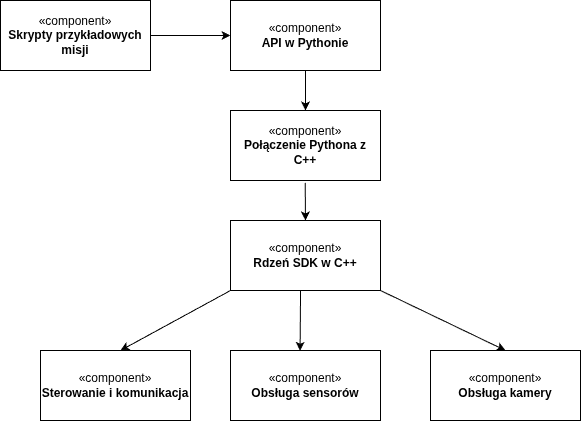
Before: docs/diagrams/component_diagram.png, a diagram exported from draw.io (FilipBaron/SDK_dron). Source tidied: cells renumbered, new cells last; positions are measured from the earlier drawing's top-left corner, leaving out a move shared by most shapes. The source it was exported from:
```xml
<mxGraphModel>
  <root>
    <mxCell id="0" />
    <mxCell id="1" parent="0" />
    <mxCell id="2" value="«component»&lt;br&gt;&lt;b&gt;Skrypty przykładowych misji&lt;/b&gt;" style="html=1;whiteSpace=wrap;" parent="1" vertex="1">
      <mxGeometry width="150" height="70" as="geometry" />
    </mxCell>
    <mxCell id="3" value="«component»&lt;br&gt;&lt;b&gt;API w Pythonie&lt;/b&gt;" style="html=1;whiteSpace=wrap;" parent="1" vertex="1">
      <mxGeometry x="230" width="150" height="70" as="geometry" />
    </mxCell>
    <mxCell id="4" value="«component»&lt;br&gt;&lt;b&gt;Połączenie Pythona z C++&lt;/b&gt;" style="html=1;whiteSpace=wrap;" parent="1" vertex="1">
      <mxGeometry x="230" y="110" width="150" height="70" as="geometry" />
    </mxCell>
    <mxCell id="5" value="«component»&lt;br&gt;&lt;b&gt;Rdzeń SDK w C++&lt;/b&gt;" style="html=1;whiteSpace=wrap;" parent="1" vertex="1">
      <mxGeometry x="230" y="220" width="150" height="70" as="geometry" />
    </mxCell>
    <mxCell id="6" value="«component»&lt;br&gt;&lt;b&gt;Sterowanie i komunikacja&lt;/b&gt;" style="html=1;whiteSpace=wrap;" parent="1" vertex="1">
      <mxGeometry x="40" y="350" width="150" height="70" as="geometry" />
    </mxCell>
    <mxCell id="7" value="«component»&lt;br&gt;&lt;b&gt;Obsługa sensorów&lt;/b&gt;" style="html=1;whiteSpace=wrap;" parent="1" vertex="1">
      <mxGeometry x="230" y="350" width="150" height="70" as="geometry" />
    </mxCell>
    <mxCell id="8" value="«component»&lt;br&gt;&lt;b&gt;Obsługa kamery&lt;/b&gt;" style="html=1;whiteSpace=wrap;" parent="1" vertex="1">
      <mxGeometry x="430" y="350" width="150" height="70" as="geometry" />
    </mxCell>
    <mxCell id="9" style="endArrow=classic;html=1;rounded=0;defaultLabelBackgroundColor=page;labelPadding=0 4;entryX=0;entryY=0.5;entryDx=0;entryDy=0;exitX=1;exitY=0.5;exitDx=0;exitDy=0;" parent="1" edge="1" source="2" target="3">
      <mxGeometry relative="1" as="geometry" />
    </mxCell>
    <mxCell id="10" style="endArrow=classic;html=1;rounded=0;defaultLabelBackgroundColor=page;labelPadding=0 4;exitX=0.5;exitY=1;exitDx=0;exitDy=0;entryX=0.5;entryY=0;entryDx=0;entryDy=0;" parent="1" edge="1" source="3" target="4">
      <mxGeometry relative="1" as="geometry" />
    </mxCell>
    <mxCell id="11" style="endArrow=classic;html=1;rounded=0;defaultLabelBackgroundColor=page;labelPadding=0 4;exitX=0.498;exitY=1.034;exitDx=0;exitDy=0;exitPerimeter=0;entryX=0.5;entryY=0;entryDx=0;entryDy=0;" parent="1" edge="1" source="4" target="5">
      <mxGeometry relative="1" as="geometry" />
    </mxCell>
    <mxCell id="12" style="endArrow=classic;html=1;rounded=0;defaultLabelBackgroundColor=page;labelPadding=0 4;exitX=0.467;exitY=1;exitDx=0;exitDy=0;exitPerimeter=0;entryX=0.464;entryY=0.005;entryDx=0;entryDy=0;entryPerimeter=0;" parent="1" edge="1" source="5" target="7">
      <mxGeometry relative="1" as="geometry" />
    </mxCell>
    <mxCell id="13" style="endArrow=classic;html=1;rounded=0;defaultLabelBackgroundColor=page;labelPadding=0 4;exitX=0;exitY=1;exitDx=0;exitDy=0;entryX=0.533;entryY=0;entryDx=0;entryDy=0;entryPerimeter=0;" parent="1" edge="1" source="5" target="6">
      <mxGeometry relative="1" as="geometry" />
    </mxCell>
    <mxCell id="14" style="endArrow=classic;html=1;rounded=0;defaultLabelBackgroundColor=page;labelPadding=0 4;exitX=1;exitY=1;exitDx=0;exitDy=0;entryX=0.5;entryY=0;entryDx=0;entryDy=0;" parent="1" edge="1" source="5" target="8">
      <mxGeometry relative="1" as="geometry" />
    </mxCell>
  </root>
</mxGraphModel>
```
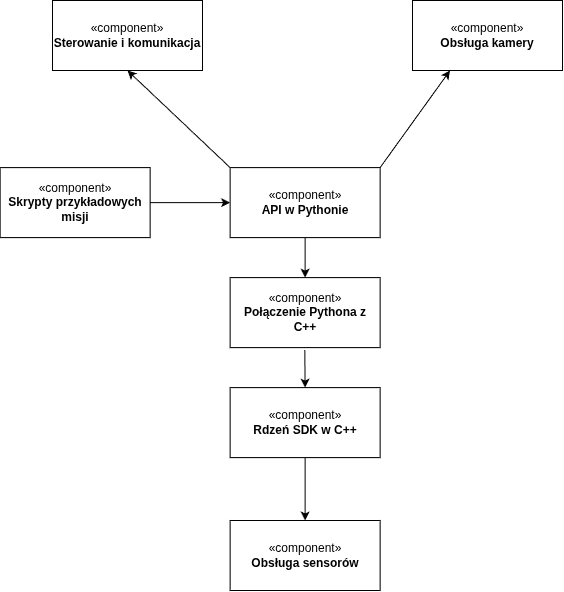
After the commit.

Diff of the diagram source:
```diff
@@ -15,13 +15,13 @@
       <mxGeometry x="230" y="220" width="150" height="70" as="geometry" />
     </mxCell>
     <mxCell id="6" value="«component»&lt;br&gt;&lt;b&gt;Sterowanie i komunikacja&lt;/b&gt;" style="html=1;whiteSpace=wrap;" parent="1" vertex="1">
-      <mxGeometry x="40" y="350" width="150" height="70" as="geometry" />
+      <mxGeometry x="52.4" y="-167.1" width="150" height="70" as="geometry" />
     </mxCell>
     <mxCell id="7" value="«component»&lt;br&gt;&lt;b&gt;Obsługa sensorów&lt;/b&gt;" style="html=1;whiteSpace=wrap;" parent="1" vertex="1">
-      <mxGeometry x="230" y="350" width="150" height="70" as="geometry" />
+      <mxGeometry x="230" y="352.9" width="150" height="70" as="geometry" />
     </mxCell>
     <mxCell id="8" value="«component»&lt;br&gt;&lt;b&gt;Obsługa kamery&lt;/b&gt;" style="html=1;whiteSpace=wrap;" parent="1" vertex="1">
-      <mxGeometry x="430" y="350" width="150" height="70" as="geometry" />
+      <mxGeometry x="412.4" y="-167.1" width="150" height="70" as="geometry" />
     </mxCell>
     <mxCell id="9" style="endArrow=classic;html=1;rounded=0;defaultLabelBackgroundColor=page;labelPadding=0 4;entryX=0;entryY=0.5;entryDx=0;entryDy=0;exitX=1;exitY=0.5;exitDx=0;exitDy=0;" parent="1" edge="1" source="2" target="3">
       <mxGeometry relative="1" as="geometry" />
@@ -32,14 +32,14 @@
     <mxCell id="11" style="endArrow=classic;html=1;rounded=0;defaultLabelBackgroundColor=page;labelPadding=0 4;exitX=0.498;exitY=1.034;exitDx=0;exitDy=0;exitPerimeter=0;entryX=0.5;entryY=0;entryDx=0;entryDy=0;" parent="1" edge="1" source="4" target="5">
       <mxGeometry relative="1" as="geometry" />
     </mxCell>
-    <mxCell id="12" style="endArrow=classic;html=1;rounded=0;defaultLabelBackgroundColor=page;labelPadding=0 4;exitX=0.467;exitY=1;exitDx=0;exitDy=0;exitPerimeter=0;entryX=0.464;entryY=0.005;entryDx=0;entryDy=0;entryPerimeter=0;" parent="1" edge="1" source="5" target="7">
+    <mxCell id="12" style="endArrow=classic;html=1;rounded=0;defaultLabelBackgroundColor=page;labelPadding=0 4;exitX=0.5;exitY=1;exitDx=0;exitDy=0;" parent="1" edge="1" source="5" target="7">
       <mxGeometry relative="1" as="geometry" />
     </mxCell>
-    <mxCell id="13" style="endArrow=classic;html=1;rounded=0;defaultLabelBackgroundColor=page;labelPadding=0 4;exitX=0;exitY=1;exitDx=0;exitDy=0;entryX=0.533;entryY=0;entryDx=0;entryDy=0;entryPerimeter=0;" parent="1" edge="1" source="5" target="6">
-      <mxGeometry relative="1" as="geometry" />
-    </mxCell>
-    <mxCell id="14" style="endArrow=classic;html=1;rounded=0;defaultLabelBackgroundColor=page;labelPadding=0 4;exitX=1;exitY=1;exitDx=0;exitDy=0;entryX=0.5;entryY=0;entryDx=0;entryDy=0;" parent="1" edge="1" source="5" target="8">
-      <mxGeometry relative="1" as="geometry" />
-    </mxCell>
+    <mxCell id="15" style="endArrow=classic;html=1;rounded=0;defaultLabelBackgroundColor=page;labelPadding=0 4;exitX=0;exitY=0;exitDx=0;exitDy=0;entryX=0.5;entryY=1;entryDx=0;entryDy=0;" parent="1" edge="1" source="3" target="6">
+      <mxGeometry relative="1" as="geometry" />
+    </mxCell>
+    <mxCell id="16" style="endArrow=classic;html=1;rounded=0;defaultLabelBackgroundColor=page;labelPadding=0 4;exitX=1;exitY=0;exitDx=0;exitDy=0;entryX=0.25;entryY=1;entryDx=0;entryDy=0;" parent="1" edge="1" source="3" target="8">
+      <mxGeometry relative="1" as="geometry" />
+    </mxCell>
   </root>
 </mxGraphModel>
```
